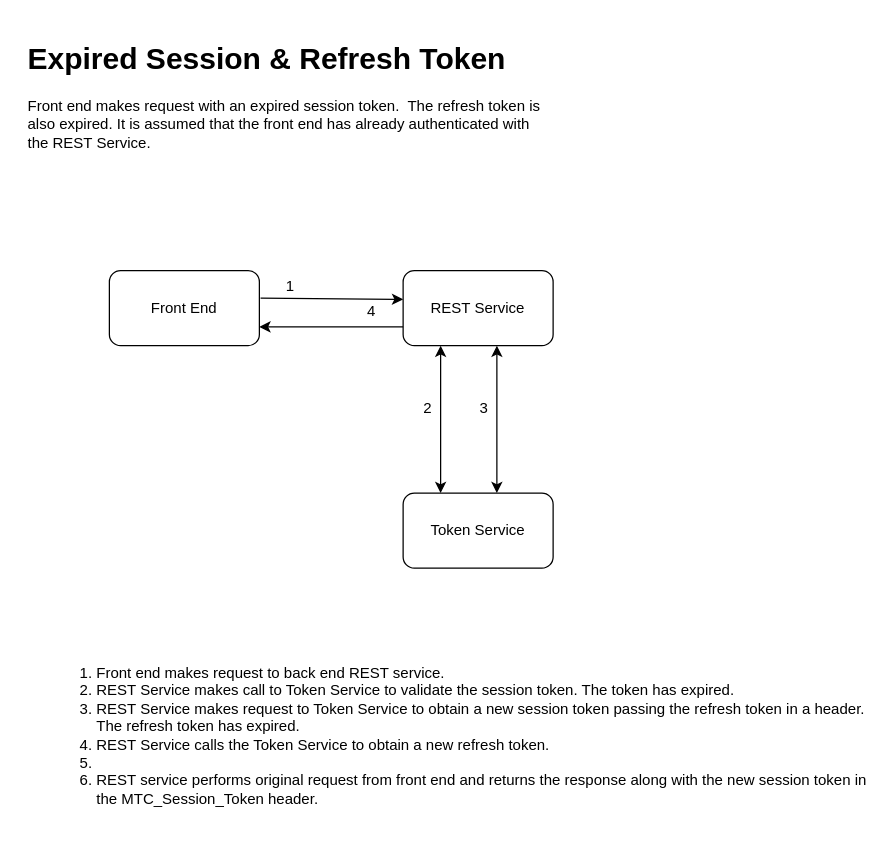
Earlier version of the draw.io diagram page "Page-5" (5 of 7) of SessionTokenFlow.drawio (bbarrington42/token-service-flows). Source tidied: cells renumbered, new cells numbered last; positions are measured from the earlier drawing's top-left corner, leaving out a move shared by most shapes. Both pictures are drawn from the tidied source at 125%, with x=0, y=0 at pixel (21, 34).
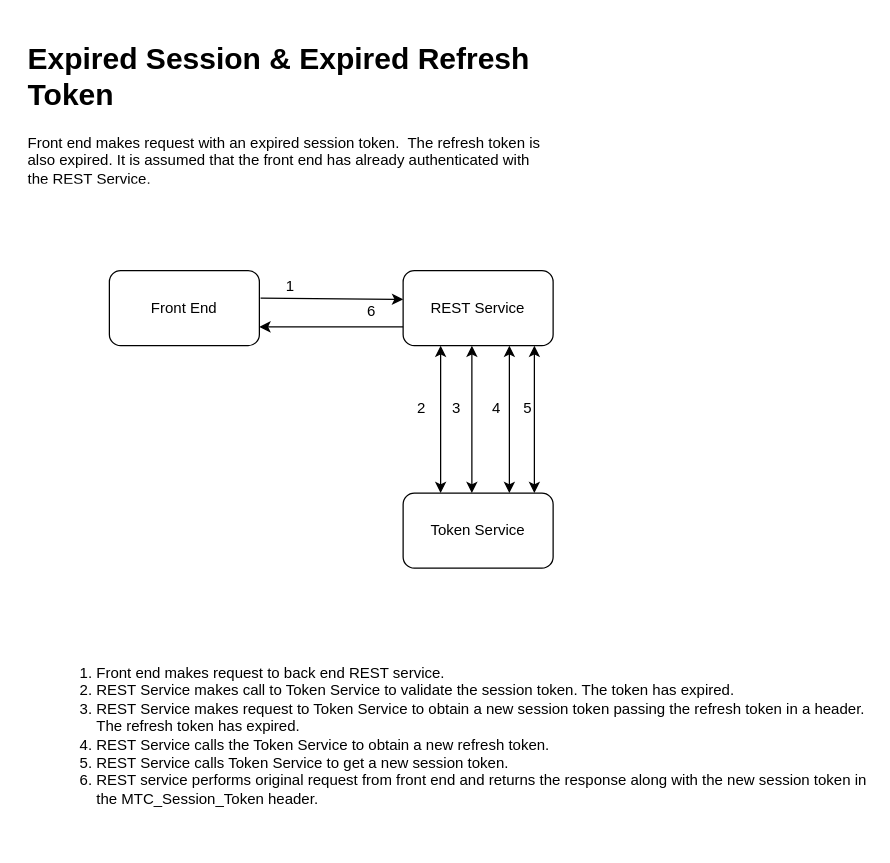
After the change.

What changed in the source:
```diff
@@
-    <mxCell id="2" value="&lt;ol&gt;&lt;li&gt;Front end makes request to back end REST service.&lt;/li&gt;&lt;li&gt;REST Service makes call to Token Service to validate the session token. The token has expired.&lt;/li&gt;&lt;li&gt;REST Service makes request to Token Service to obtain a new session token passing the refresh token in a header. The refresh token has expired.&lt;/li&gt;&lt;li&gt;REST Service calls the Token Service to obtain a new refresh token.&lt;/li&gt;&lt;li&gt;&lt;br&gt;&lt;/li&gt;&lt;li&gt;REST service performs original request from front end and returns the response along with the new session token in the MTC_Session_Token header.&amp;nbsp;&lt;/li&gt;&lt;/ol&gt;" style="text;strokeColor=none;fillColor=none;html=1;whiteSpace=wrap;verticalAlign=middle;overflow=hidden;" parent="1" vertex="1">
+    <mxCell id="2" value="&lt;ol&gt;&lt;li&gt;Front end makes request to back end REST service.&lt;/li&gt;&lt;li&gt;REST Service makes call to Token Service to validate the session token. The token has expired.&lt;/li&gt;&lt;li&gt;REST Service makes request to Token Service to obtain a new session token passing the refresh token in a header. The refresh token has expired.&lt;/li&gt;&lt;li&gt;REST Service calls the Token Service to obtain a new refresh token.&lt;/li&gt;&lt;li&gt;REST Service calls Token Service to get a new session token.&lt;/li&gt;&lt;li&gt;REST service performs original request from front end and returns the response along with the new session token in the MTC_Session_Token header.&amp;nbsp;&lt;/li&gt;&lt;/ol&gt;" style="text;strokeColor=none;fillColor=none;html=1;whiteSpace=wrap;verticalAlign=middle;overflow=hidden;" parent="1" vertex="1">
       <mxGeometry x="18" y="476" width="660" height="170" as="geometry" />
     </mxCell>
-    <mxCell id="3" value="&lt;h1&gt;Expired Session &amp;amp; Refresh Token&lt;/h1&gt;&lt;div&gt;Front end makes request with an expired session token.&amp;nbsp; The refresh token is also expired. It is assumed that the front end has already authenticated with the REST Service.&lt;/div&gt;" style="text;html=1;strokeColor=none;fillColor=none;spacing=5;spacingTop=-20;whiteSpace=wrap;overflow=hidden;rounded=0;" parent="1" vertex="1">
+    <mxCell id="3" value="&lt;h1&gt;Expired Session &amp;amp; Expired Refresh Token&lt;/h1&gt;&lt;div&gt;Front end makes request with an expired session token.&amp;nbsp; The refresh token is also expired. It is assumed that the front end has already authenticated with the REST Service.&lt;/div&gt;" style="text;html=1;strokeColor=none;fillColor=none;spacing=5;spacingTop=-20;whiteSpace=wrap;overflow=hidden;rounded=0;" parent="1" vertex="1">
       <mxGeometry width="428" height="120" as="geometry" />
     </mxCell>
-    <mxCell id="4" style="group;" parent="1" vertex="1">
-      <mxGeometry x="70" y="189" width="355" height="238" as="geometry" />
-    </mxCell>
-    <mxCell id="5" value="Front End" style="rounded=1;whiteSpace=wrap;html=1;" parent="4" vertex="1">
-      <mxGeometry width="120" height="60" as="geometry" />
+    <mxCell id="5" value="Front End" style="rounded=1;whiteSpace=wrap;html=1;" parent="1" vertex="1">
+      <mxGeometry x="70" y="189" width="120" height="60" as="geometry" />
     </mxCell>
-    <mxCell id="6" value="REST Service" style="rounded=1;whiteSpace=wrap;html=1;" parent="4" vertex="1">
-      <mxGeometry x="235" width="120" height="60" as="geometry" />
+    <mxCell id="6" value="REST Service" style="rounded=1;whiteSpace=wrap;html=1;" parent="1" vertex="1">
+      <mxGeometry x="305" y="189" width="120" height="60" as="geometry" />
     </mxCell>
-    <mxCell id="7" value="Token Service" style="rounded=1;whiteSpace=wrap;html=1;" parent="4" vertex="1">
-      <mxGeometry x="235" y="178" width="120" height="60" as="geometry" />
+    <mxCell id="7" value="Token Service" style="rounded=1;whiteSpace=wrap;html=1;" parent="1" vertex="1">
+      <mxGeometry x="305" y="367" width="120" height="60" as="geometry" />
     </mxCell>
-    <mxCell id="8" style="endArrow=classic;html=1;entryX=0;entryY=0.383;entryDx=0;entryDy=0;entryPerimeter=0;exitX=1.008;exitY=0.367;exitDx=0;exitDy=0;exitPerimeter=0;" parent="4" edge="1" source="5" target="6">
+    <mxCell id="8" style="endArrow=classic;html=1;entryX=0;entryY=0.383;entryDx=0;entryDy=0;entryPerimeter=0;exitX=1.008;exitY=0.367;exitDx=0;exitDy=0;exitPerimeter=0;" parent="1" edge="1" source="5" target="6">
       <mxGeometry relative="1" as="geometry" />
     </mxCell>
-    <mxCell id="9" value="1" style="text;html=1;strokeColor=none;fillColor=none;align=center;verticalAlign=middle;whiteSpace=wrap;rounded=0;" parent="4" vertex="1">
-      <mxGeometry x="125" y="3" width="40" height="20" as="geometry" />
+    <mxCell id="9" value="1" style="text;html=1;strokeColor=none;fillColor=none;align=center;verticalAlign=middle;whiteSpace=wrap;rounded=0;" parent="1" vertex="1">
+      <mxGeometry x="195" y="192" width="40" height="20" as="geometry" />
     </mxCell>
+    <mxCell id="12" style="endArrow=classic;html=1;entryX=1;entryY=0.75;entryDx=0;entryDy=0;exitX=0;exitY=0.75;exitDx=0;exitDy=0;" parent="1" edge="1" source="6" target="5">
+      <mxGeometry relative="1" as="geometry" />
+    </mxCell>
+    <mxCell id="13" value="6" style="text;html=1;strokeColor=none;fillColor=none;align=center;verticalAlign=middle;whiteSpace=wrap;rounded=0;" parent="1" vertex="1">
+      <mxGeometry x="260" y="212" width="40" height="20" as="geometry" />
+    </mxCell>
-    <mxCell id="10" style="group;" parent="4" vertex="1">
-      <mxGeometry x="235" y="100" width="40" height="20" as="geometry" />
+    <mxCell id="10" style="group;" parent="1" vertex="1">
+      <mxGeometry x="300" y="289" width="40" height="20" as="geometry" />
     </mxCell>
@@
-    <mxCell id="12" style="endArrow=classic;html=1;entryX=1;entryY=0.75;entryDx=0;entryDy=0;exitX=0;exitY=0.75;exitDx=0;exitDy=0;" parent="4" edge="1" source="6" target="5">
-      <mxGeometry relative="1" as="geometry" />
-    </mxCell>
-    <mxCell id="13" value="4" style="text;html=1;strokeColor=none;fillColor=none;align=center;verticalAlign=middle;whiteSpace=wrap;rounded=0;" parent="4" vertex="1">
-      <mxGeometry x="190" y="23" width="40" height="20" as="geometry" />
-    </mxCell>
-    <mxCell id="14" style="endArrow=classic;startArrow=classic;html=1;entryX=0.25;entryY=1;entryDx=0;entryDy=0;exitX=0.25;exitY=0;exitDx=0;exitDy=0;" parent="4" edge="1" source="7" target="6">
+    <mxCell id="14" style="endArrow=classic;startArrow=classic;html=1;entryX=0.25;entryY=1;entryDx=0;entryDy=0;exitX=0.25;exitY=0;exitDx=0;exitDy=0;" parent="1" edge="1" source="7" target="6">
       <mxGeometry relative="1" as="geometry" />
     </mxCell>
+    <mxCell id="18" style="group;" parent="1" vertex="1">
+      <mxGeometry x="360" y="249" height="118" as="geometry" />
+    </mxCell>
-    <mxCell id="15" style="endArrow=classic;startArrow=classic;html=1;entryX=0.25;entryY=1;entryDx=0;entryDy=0;exitX=0.25;exitY=0;exitDx=0;exitDy=0;" parent="4" edge="1">
+    <mxCell id="15" style="endArrow=classic;startArrow=classic;html=1;entryX=0.25;entryY=1;entryDx=0;entryDy=0;exitX=0.25;exitY=0;exitDx=0;exitDy=0;" parent="18" edge="1">
       <mxGeometry relative="1" as="geometry">
-        <mxPoint x="310" y="178" as="sourcePoint" />
-        <mxPoint x="310" y="60" as="targetPoint" />
+        <mxPoint y="118" as="sourcePoint" />
+        <mxPoint as="targetPoint" />
       </mxGeometry>
     </mxCell>
+    <mxCell id="19" style="group;" parent="1" vertex="1">
+      <mxGeometry x="328" y="289" width="40" height="20" as="geometry" />
+    </mxCell>
-    <mxCell id="16" style="group;" parent="4" vertex="1">
-      <mxGeometry x="280" y="100" width="40" height="20" as="geometry" />
+    <mxCell id="16" style="group;" parent="19" vertex="1">
+      <mxGeometry width="40" height="20" as="geometry" />
     </mxCell>
@@
+    <mxCell id="20" style="endArrow=classic;startArrow=classic;html=1;entryX=0.25;entryY=1;entryDx=0;entryDy=0;exitX=0.25;exitY=0;exitDx=0;exitDy=0;" parent="1" edge="1">
+      <mxGeometry relative="1" as="geometry">
+        <mxPoint x="390" y="367" as="sourcePoint" />
+        <mxPoint x="390" y="249" as="targetPoint" />
+      </mxGeometry>
+    </mxCell>
+    <mxCell id="21" style="group;" parent="1" vertex="1">
+      <mxGeometry x="360" y="289" width="40" height="20" as="geometry" />
+    </mxCell>
+    <mxCell id="22" style="group;" parent="21" vertex="1">
+      <mxGeometry width="40" height="20" as="geometry" />
+    </mxCell>
+    <mxCell id="23" value="4" style="text;html=1;strokeColor=none;fillColor=none;align=center;verticalAlign=middle;whiteSpace=wrap;rounded=0;" parent="22" vertex="1">
+      <mxGeometry width="40" height="20" as="geometry" />
+    </mxCell>
+    <mxCell id="24" style="endArrow=classic;startArrow=classic;html=1;entryX=0.25;entryY=1;entryDx=0;entryDy=0;exitX=0.25;exitY=0;exitDx=0;exitDy=0;" parent="1" edge="1">
+      <mxGeometry relative="1" as="geometry">
+        <mxPoint x="410" y="367" as="sourcePoint" />
+        <mxPoint x="410" y="249" as="targetPoint" />
+      </mxGeometry>
+    </mxCell>
+    <mxCell id="25" style="group;" parent="1" vertex="1">
+      <mxGeometry x="385" y="289" width="40" height="20" as="geometry" />
+    </mxCell>
+    <mxCell id="26" style="group;" parent="25" vertex="1">
+      <mxGeometry width="40" height="20" as="geometry" />
+    </mxCell>
+    <mxCell id="27" value="5" style="text;html=1;strokeColor=none;fillColor=none;align=center;verticalAlign=middle;whiteSpace=wrap;rounded=0;" parent="26" vertex="1">
+      <mxGeometry width="40" height="20" as="geometry" />
+    </mxCell>
```
